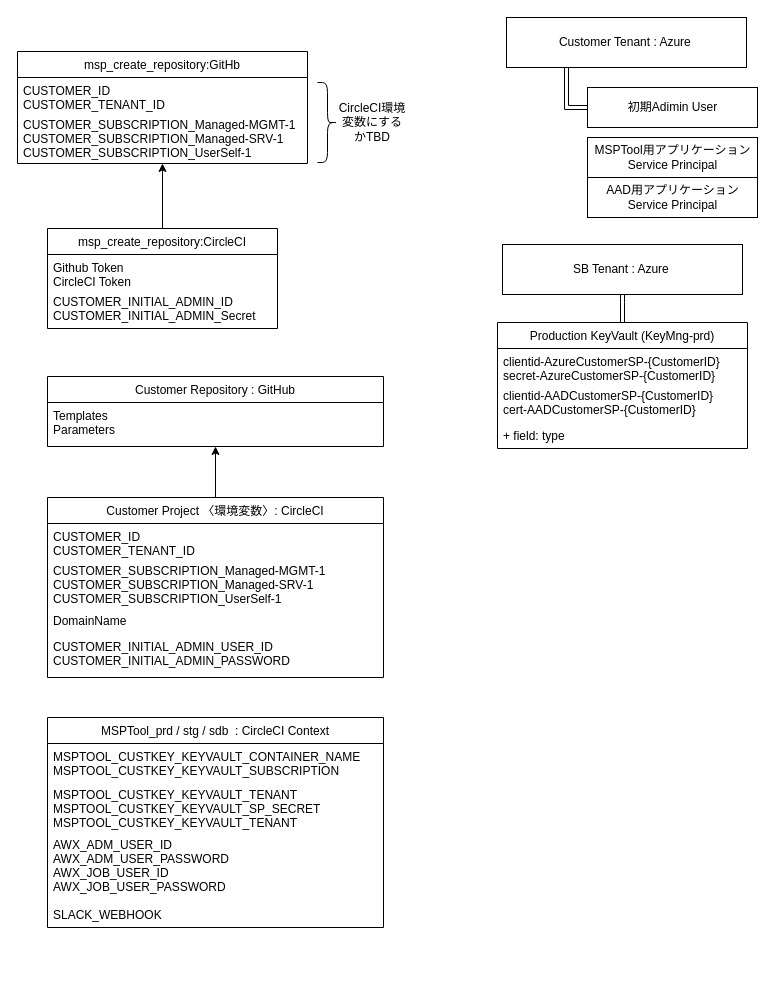
Before: doc/名称未設定ファイル.drawio in katok614/testtest, a draw.io diagram. Source tidied: cells renumbered, new cells numbered last; positions are measured from the earlier drawing's top-left corner, leaving out a move shared by most shapes. Both pictures are drawn from the tidied source at 100%, with x=0, y=0 at pixel (17, 17).
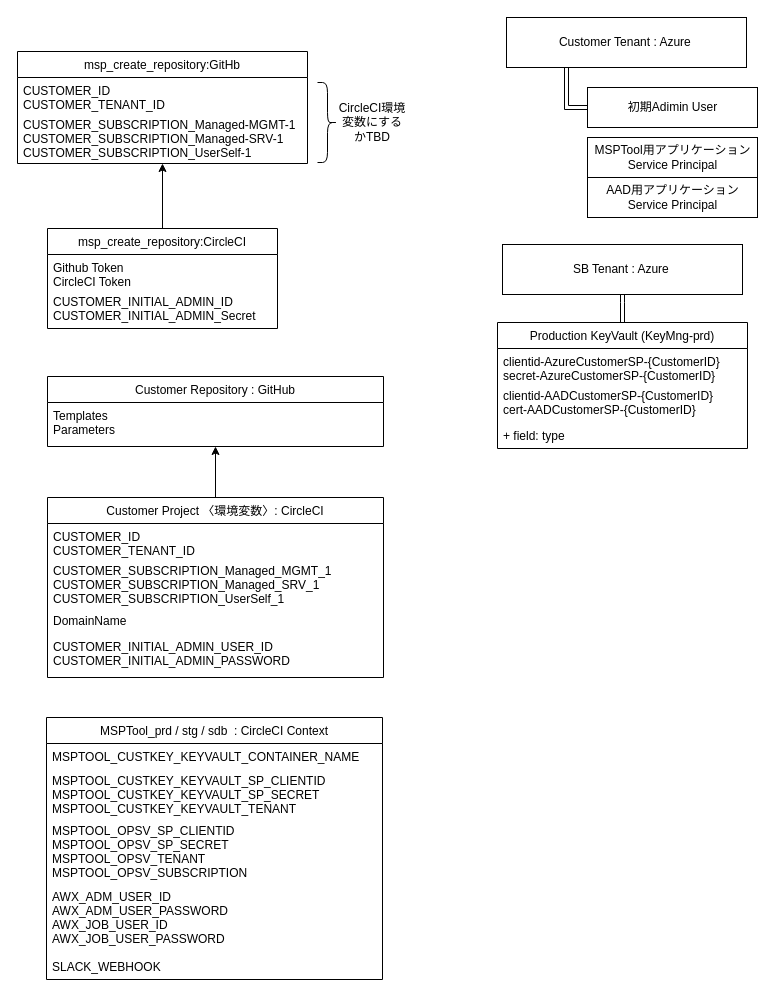
Above is the later version.

Commit message:
名称未設定ファイル.drawio を更新します

The change refers to these unchanged cells:
```xml
<mxCell id="15" value="Customer Project 〈環境変数〉: CircleCI" style="swimlane;fontStyle=0;horizontal=1;startSize=26;fillColor=none;" parent="1" vertex="1">
  <mxGeometry x="30" y="480" width="336" height="180" as="geometry" />
</mxCell>
```

What changed in the source:
```diff
@@
     <mxCell id="9" value="MSPTool_prd / stg / sdb  : CircleCI Context" style="swimlane;fontStyle=0;horizontal=1;startSize=26;fillColor=none;" parent="1" vertex="1">
-      <mxGeometry x="30" y="700" width="336" height="210" as="geometry" />
+      <mxGeometry x="29" y="700" width="336" height="262" as="geometry" />
     </mxCell>
-    <mxCell id="10" value="MSPTOOL_CUSTKEY_KEYVAULT_CONTAINER_NAME&#10;MSPTOOL_CUSTKEY_KEYVAULT_SUBSCRIPTION" style="text;strokeColor=none;fillColor=none;align=left;verticalAlign=top;spacingLeft=4;spacingRight=4;overflow=hidden;" parent="9" vertex="1">
-      <mxGeometry y="26" width="336" height="38" as="geometry" />
+    <mxCell id="10" value="MSPTOOL_CUSTKEY_KEYVAULT_CONTAINER_NAME" style="text;strokeColor=none;fillColor=none;align=left;verticalAlign=top;spacingLeft=4;spacingRight=4;overflow=hidden;" parent="9" vertex="1">
+      <mxGeometry y="26" width="336" height="24" as="geometry" />
     </mxCell>
-    <mxCell id="11" value="MSPTOOL_CUSTKEY_KEYVAULT_TENANT&#10;MSPTOOL_CUSTKEY_KEYVAULT_SP_SECRET&#10;MSPTOOL_CUSTKEY_KEYVAULT_TENANT" style="text;strokeColor=none;fillColor=none;align=left;verticalAlign=top;spacingLeft=4;spacingRight=4;overflow=hidden;" parent="9" vertex="1">
-      <mxGeometry y="64" width="336" height="50" as="geometry" />
+    <mxCell id="11" value="MSPTOOL_CUSTKEY_KEYVAULT_SP_CLIENTID&#10;MSPTOOL_CUSTKEY_KEYVAULT_SP_SECRET&#10;MSPTOOL_CUSTKEY_KEYVAULT_TENANT" style="text;strokeColor=none;fillColor=none;align=left;verticalAlign=top;spacingLeft=4;spacingRight=4;overflow=hidden;" parent="9" vertex="1">
+      <mxGeometry y="50" width="336" height="50" as="geometry" />
     </mxCell>
+    <mxCell id="35" value="MSPTOOL_OPSV_SP_CLIENTID&#10;MSPTOOL_OPSV_SP_SECRET&#10;MSPTOOL_OPSV_TENANT&#10;MSPTOOL_OPSV_SUBSCRIPTION" style="text;strokeColor=none;fillColor=none;align=left;verticalAlign=top;spacingLeft=4;spacingRight=4;overflow=hidden;" parent="9" vertex="1">
+      <mxGeometry y="100" width="336" height="66" as="geometry" />
+    </mxCell>
     <mxCell id="12" value="AWX_ADM_USER_ID&#10;AWX_ADM_USER_PASSWORD&#10;AWX_JOB_USER_ID&#10;AWX_JOB_USER_PASSWORD" style="text;strokeColor=none;fillColor=none;align=left;verticalAlign=top;spacingLeft=4;spacingRight=4;overflow=hidden;" parent="9" vertex="1">
-      <mxGeometry y="114" width="336" height="70" as="geometry" />
+      <mxGeometry y="166" width="336" height="70" as="geometry" />
     </mxCell>
     <mxCell id="13" value="SLACK_WEBHOOK" style="text;strokeColor=none;fillColor=none;align=left;verticalAlign=top;spacingLeft=4;spacingRight=4;overflow=hidden;" parent="9" vertex="1">
-      <mxGeometry y="184" width="336" height="26" as="geometry" />
+      <mxGeometry y="236" width="336" height="26" as="geometry" />
     </mxCell>
@@
-    <mxCell id="17" value="CUSTOMER_SUBSCRIPTION_Managed-MGMT-1&#10;CUSTOMER_SUBSCRIPTION_Managed-SRV-1&#10;CUSTOMER_SUBSCRIPTION_UserSelf-1" style="text;strokeColor=none;fillColor=none;align=left;verticalAlign=top;spacingLeft=4;spacingRight=4;overflow=hidden;" parent="15" vertex="1">
+    <mxCell id="17" value="CUSTOMER_SUBSCRIPTION_Managed_MGMT_1&#10;CUSTOMER_SUBSCRIPTION_Managed_SRV_1&#10;CUSTOMER_SUBSCRIPTION_UserSelf_1" style="text;strokeColor=none;fillColor=none;align=left;verticalAlign=top;spacingLeft=4;spacingRight=4;overflow=hidden;" parent="15" vertex="1">
       <mxGeometry y="60" width="336" height="50" as="geometry" />
     </mxCell>
```
